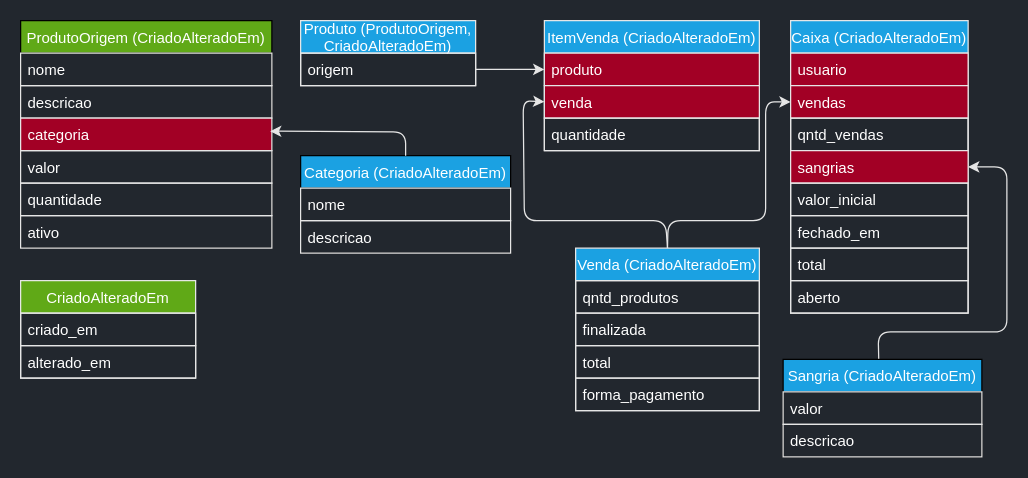
Above: relacionamento.drawio in Juzeka/Mercearia (draw.io), before the change. Source tidied: cells renumbered, new cells numbered last; positions are measured from the earlier drawing's top-left corner, leaving out a move shared by most shapes. Both pictures are drawn from the tidied source at 125%, with x=0, y=0 at pixel (20, 20).
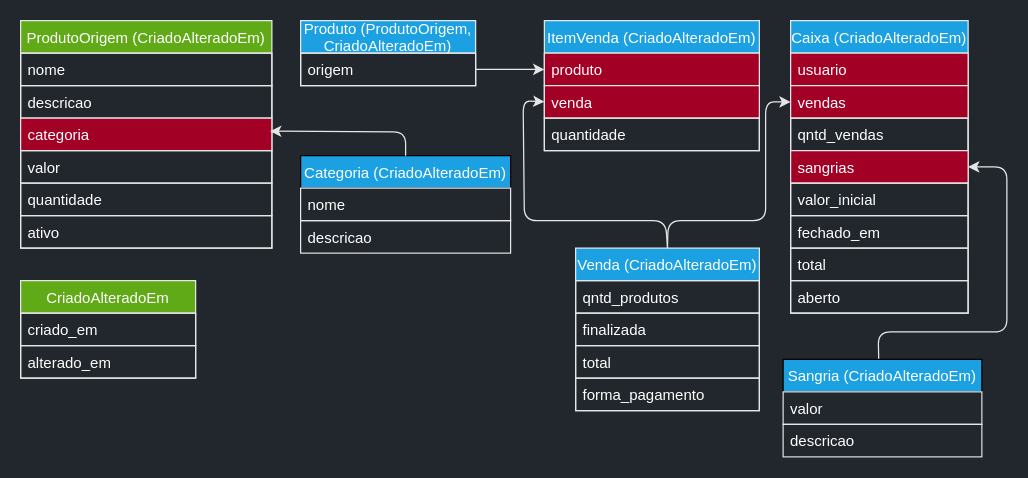
Above is the later version.

Commit message (it also covers changes not shown here):
alterando cor

The edit, as a diff of the source:
```diff
@@
-    <mxCell id="5" value="ProdutoOrigem (CriadoAlteradoEm)" style="swimlane;fontStyle=0;horizontal=1;startSize=26;fillColor=#60a917;fontColor=#FFFFFF;strokeColor=#000000;" parent="1" vertex="1">
+    <mxCell id="5" value="ProdutoOrigem (CriadoAlteradoEm)" style="swimlane;fontStyle=0;horizontal=1;startSize=26;fillColor=#60a917;fontColor=#FFFFFF;strokeColor=#E6E6E6;" parent="1" vertex="1">
       <mxGeometry width="201" height="182" as="geometry" />
     </mxCell>
```
